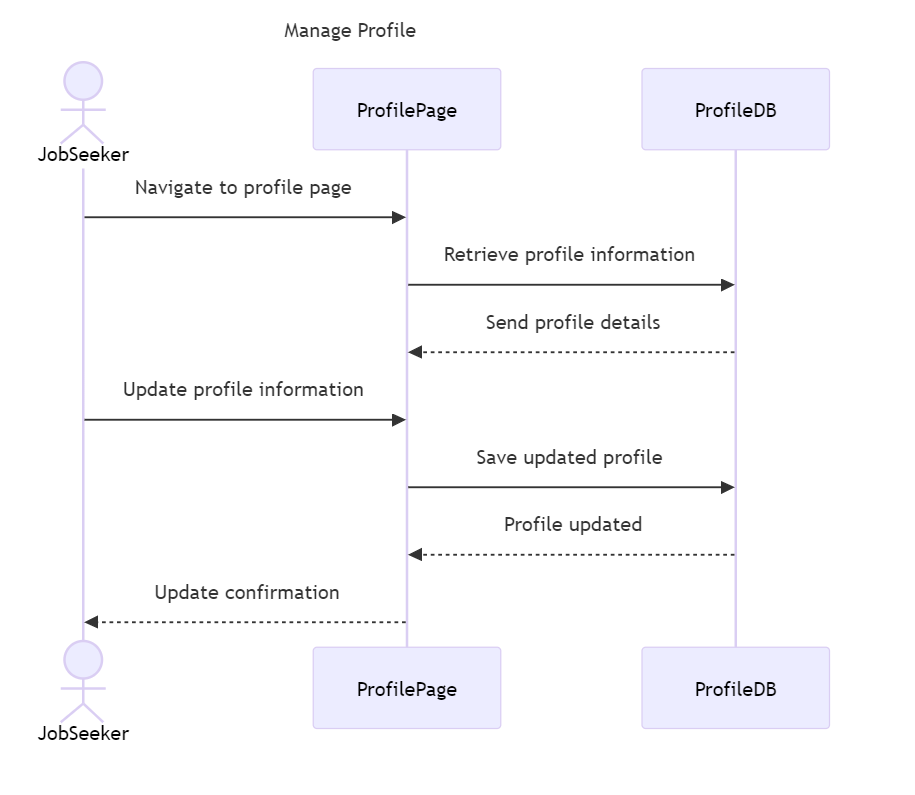
Earlier version of the PlantUML export docs/all-diagrams-image-files/sequence-diagrams/manage-profile.png (emd5953/NextStep). Its source is kept beside it as docs/all-diagrams-source-files/activity-diagrams/manage-profile.puml.
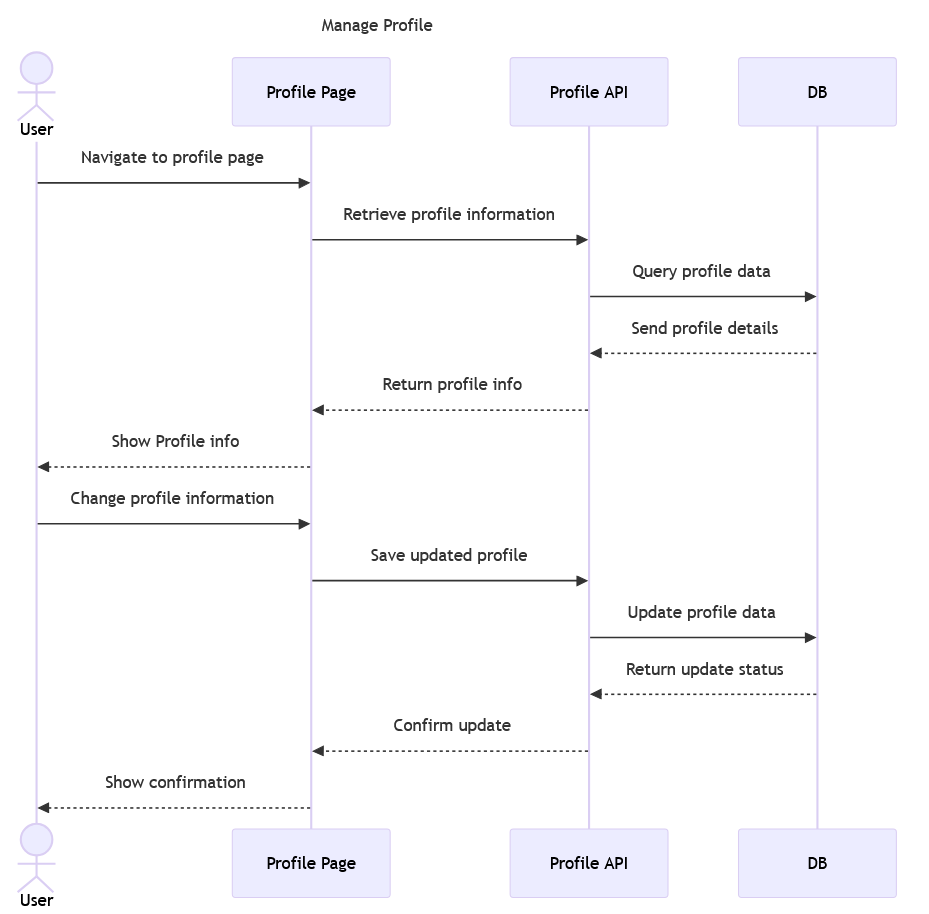
The same file after the commit.

Diff of the diagram source:
```diff
@@ -3,16 +3,16 @@
 
 start
 
-:Navigate to profile page;
-:Retrieve profile information from ProfileDB;
+:Navigate to Profile Page;
+:Retrieve profile information from /profile;
 :Display profile details;
 
 :Update profile information;
 
-:Save updated profile to ProfileDB;
-:ProfileDB confirms profile update;
+:Save updated profile to /UpdateProfile;
+:API confirms profile update;
 
-:Display profile update confirmation to JobSeeker;
+:Display profile update confirmation message;
 
 stop
 
```
